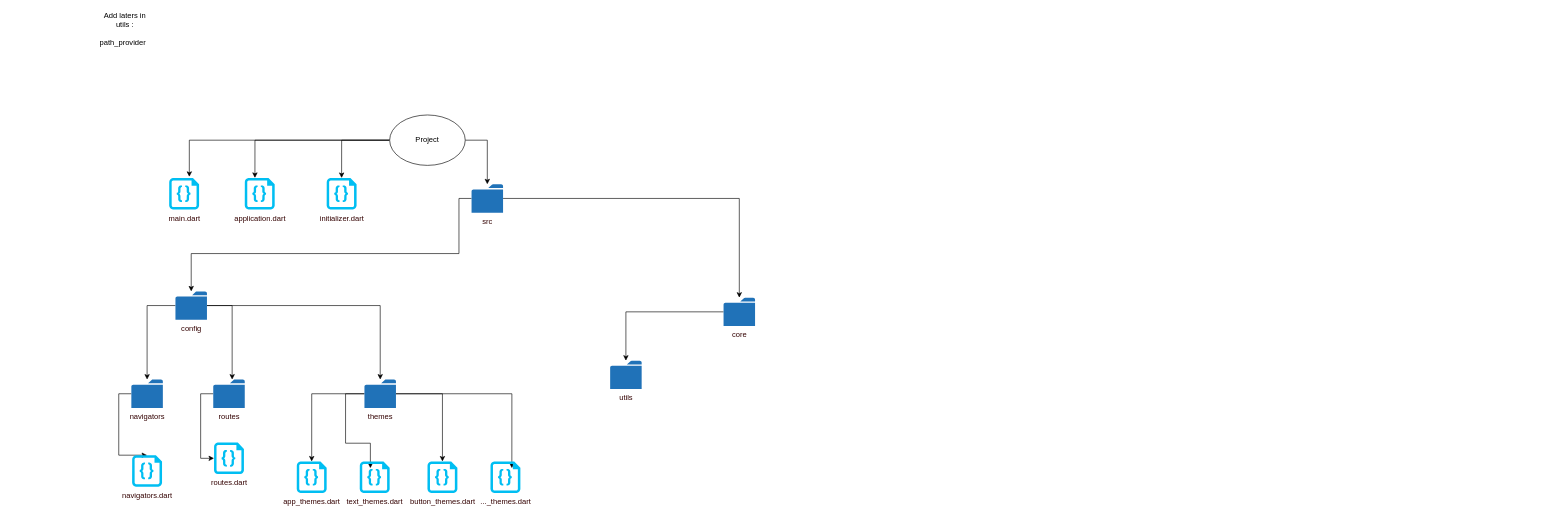
Earlier version of the draw.io diagram page "Page-1" (1 of 3) of md_architecture.drawio (mdpe-ir/md_architecture). Source tidied: cells renumbered, new cells numbered last; positions are measured from the earlier drawing's top-left corner, leaving out a move shared by most shapes. Both pictures are drawn from the tidied source at 63%, with x=0, y=0 at pixel (106, 33).
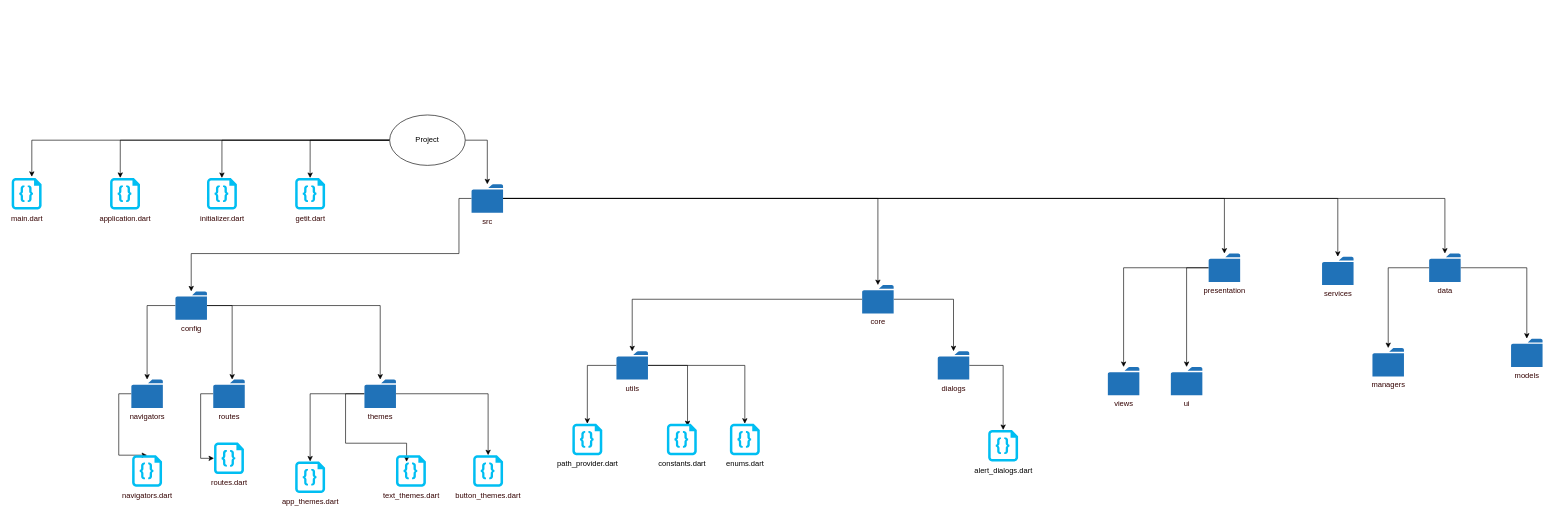
After the change.

The change refers to these unchanged cells:
```xml
<mxCell id="6" value="Project" style="ellipse;whiteSpace=wrap;html=1;" parent="1" vertex="1">
  <mxGeometry x="450" y="130" width="120" height="80" as="geometry" />
</mxCell>
<mxCell id="12" value="src" style="sketch=0;shadow=0;dashed=0;html=1;strokeColor=none;labelPosition=center;verticalLabelPosition=bottom;verticalAlign=top;outlineConnect=0;align=center;shape=mxgraph.office.concepts.folder;fillColor=#2072B8;fontColor=#330000;" parent="1" vertex="1">
  <mxGeometry x="580" y="240" width="50" height="45" as="geometry" />
</mxCell>
<mxCell id="25" value="themes" style="sketch=0;shadow=0;dashed=0;html=1;strokeColor=none;labelPosition=center;verticalLabelPosition=bottom;verticalAlign=top;outlineConnect=0;align=center;shape=mxgraph.office.concepts.folder;fillColor=#2072B8;fontColor=#330000;" parent="1" vertex="1">
  <mxGeometry x="410" y="550" width="50" height="45" as="geometry" />
</mxCell>
```

Diff of the diagram source:
```diff
@@
+    <mxCell id="36" style="edgeStyle=orthogonalEdgeStyle;rounded=0;jettySize=auto;html=1;entryX=0.5;entryY=0;entryDx=0;entryDy=0;entryPerimeter=0;" parent="1" edge="1" source="6" target="44">
+      <mxGeometry relative="1" as="geometry" />
+    </mxCell>
@@
     <mxCell id="7" value="&lt;div&gt;application.dart&lt;/div&gt;&lt;div&gt;&lt;br&gt;&lt;/div&gt;" style="verticalLabelPosition=bottom;html=1;verticalAlign=top;align=center;strokeColor=none;fillColor=#00BEF2;shape=mxgraph.azure.code_file;fontColor=#330000;" parent="1" vertex="1">
-      <mxGeometry x="220" y="230" width="47.5" height="50" as="geometry" />
+      <mxGeometry x="6.2" y="230" width="47.5" height="50" as="geometry" />
     </mxCell>
     <mxCell id="8" value="main.dart" style="verticalLabelPosition=bottom;html=1;verticalAlign=top;align=center;strokeColor=none;fillColor=#00BEF2;shape=mxgraph.azure.code_file;fontColor=#330000;" parent="1" vertex="1">
-      <mxGeometry x="100" y="230" width="47.5" height="50" as="geometry" />
+      <mxGeometry x="-150" y="230" width="47.5" height="50" as="geometry" />
     </mxCell>
     <mxCell id="9" value="initializer.dart" style="verticalLabelPosition=bottom;html=1;verticalAlign=top;align=center;strokeColor=none;fillColor=#00BEF2;shape=mxgraph.azure.code_file;fontColor=#330000;" parent="1" vertex="1">
-      <mxGeometry x="350" y="230" width="47.5" height="50" as="geometry" />
+      <mxGeometry x="160" y="230" width="47.5" height="50" as="geometry" />
     </mxCell>
@@
+    <mxCell id="37" style="edgeStyle=orthogonalEdgeStyle;rounded=0;jettySize=auto;html=1;" parent="1" edge="1" source="12" target="53">
+      <mxGeometry relative="1" as="geometry" />
+    </mxCell>
+    <mxCell id="38" style="edgeStyle=orthogonalEdgeStyle;rounded=0;jettySize=auto;html=1;" parent="1" edge="1" source="12" target="56">
+      <mxGeometry relative="1" as="geometry" />
+    </mxCell>
+    <mxCell id="39" style="edgeStyle=orthogonalEdgeStyle;rounded=0;jettySize=auto;html=1;" parent="1" edge="1" source="12" target="59">
+      <mxGeometry relative="1" as="geometry" />
+    </mxCell>
@@
-    <mxCell id="24" style="edgeStyle=orthogonalEdgeStyle;rounded=0;jettySize=auto;html=1;entryX=0.715;entryY=0.211;entryDx=0;entryDy=0;entryPerimeter=0;" parent="1" edge="1" source="25" target="31">
-      <mxGeometry relative="1" as="geometry" />
-    </mxCell>
@@
     <mxCell id="28" value="text_themes.dart" style="verticalLabelPosition=bottom;html=1;verticalAlign=top;align=center;strokeColor=none;fillColor=#00BEF2;shape=mxgraph.azure.code_file;fontColor=#330000;" parent="1" vertex="1">
-      <mxGeometry x="402.5" y="680" width="47.5" height="50" as="geometry" />
+      <mxGeometry x="460" y="670" width="47.5" height="50" as="geometry" />
     </mxCell>
     <mxCell id="29" value="app_themes.dart" style="verticalLabelPosition=bottom;html=1;verticalAlign=top;align=center;strokeColor=none;fillColor=#00BEF2;shape=mxgraph.azure.code_file;fontColor=#330000;" parent="1" vertex="1">
-      <mxGeometry x="302.5" y="680" width="47.5" height="50" as="geometry" />
+      <mxGeometry x="300" y="680" width="47.5" height="50" as="geometry" />
     </mxCell>
     <mxCell id="30" value="button_themes.dart" style="verticalLabelPosition=bottom;html=1;verticalAlign=top;align=center;strokeColor=none;fillColor=#00BEF2;shape=mxgraph.azure.code_file;fontColor=#330000;" parent="1" vertex="1">
-      <mxGeometry x="510" y="680" width="47.5" height="50" as="geometry" />
+      <mxGeometry x="582.5" y="670" width="47.5" height="50" as="geometry" />
     </mxCell>
-    <mxCell id="31" value="..._themes.dart" style="verticalLabelPosition=bottom;html=1;verticalAlign=top;align=center;strokeColor=none;fillColor=#00BEF2;shape=mxgraph.azure.code_file;fontColor=#330000;" parent="1" vertex="1">
-      <mxGeometry x="610" y="680" width="47.5" height="50" as="geometry" />
-    </mxCell>
@@
+    <mxCell id="40" style="edgeStyle=orthogonalEdgeStyle;rounded=0;jettySize=auto;html=1;" parent="1" edge="1" source="33" target="49">
+      <mxGeometry relative="1" as="geometry" />
+    </mxCell>
     <mxCell id="33" value="core" style="sketch=0;shadow=0;dashed=0;html=1;strokeColor=none;labelPosition=center;verticalLabelPosition=bottom;verticalAlign=top;outlineConnect=0;align=center;shape=mxgraph.office.concepts.folder;fillColor=#2072B8;fontColor=#330000;" parent="1" vertex="1">
-      <mxGeometry x="980" y="420" width="50" height="45" as="geometry" />
+      <mxGeometry x="1200" y="400" width="50" height="45" as="geometry" />
     </mxCell>
-    <mxCell id="34" value="Add laters in utils :&lt;br&gt;&lt;br&gt;path_provider&amp;nbsp;&amp;nbsp;&lt;br&gt;&lt;br&gt;&lt;br&gt;&lt;br&gt;" style="text;html=1;strokeColor=none;fillColor=none;align=center;verticalAlign=middle;whiteSpace=wrap;rounded=0;" parent="1" vertex="1">
-      <mxGeometry width="60" height="30" as="geometry" />
-    </mxCell>
+    <mxCell id="41" style="edgeStyle=orthogonalEdgeStyle;rounded=0;jettySize=auto;html=1;entryX=0.5;entryY=0;entryDx=0;entryDy=0;entryPerimeter=0;" parent="1" edge="1" source="35" target="45">
+      <mxGeometry relative="1" as="geometry" />
+    </mxCell>
+    <mxCell id="42" style="edgeStyle=orthogonalEdgeStyle;rounded=0;jettySize=auto;html=1;entryX=0.691;entryY=0.077;entryDx=0;entryDy=0;entryPerimeter=0;" parent="1" edge="1" source="35" target="46">
+      <mxGeometry relative="1" as="geometry" />
+    </mxCell>
+    <mxCell id="43" style="edgeStyle=orthogonalEdgeStyle;rounded=0;jettySize=auto;html=1;entryX=0.5;entryY=0;entryDx=0;entryDy=0;entryPerimeter=0;" parent="1" edge="1" source="35" target="47">
+      <mxGeometry relative="1" as="geometry" />
+    </mxCell>
     <mxCell id="35" value="utils&lt;br&gt;" style="sketch=0;shadow=0;dashed=0;html=1;strokeColor=none;labelPosition=center;verticalLabelPosition=bottom;verticalAlign=top;outlineConnect=0;align=center;shape=mxgraph.office.concepts.folder;fillColor=#2072B8;fontColor=#330000;" parent="1" vertex="1">
-      <mxGeometry x="800" y="520" width="50" height="45" as="geometry" />
+      <mxGeometry x="810" y="505" width="50" height="45" as="geometry" />
     </mxCell>
+    <mxCell id="44" value="getit.dart" style="verticalLabelPosition=bottom;html=1;verticalAlign=top;align=center;strokeColor=none;fillColor=#00BEF2;shape=mxgraph.azure.code_file;fontColor=#330000;" parent="1" vertex="1">
+      <mxGeometry x="300" y="230" width="47.5" height="50" as="geometry" />
+    </mxCell>
+    <mxCell id="45" value="&lt;span style=&quot;color: rgb(0, 0, 0);&quot;&gt;path_provider.dart&lt;/span&gt;" style="verticalLabelPosition=bottom;html=1;verticalAlign=top;align=center;strokeColor=none;fillColor=#00BEF2;shape=mxgraph.azure.code_file;fontColor=#330000;" parent="1" vertex="1">
+      <mxGeometry x="740" y="620" width="47.5" height="50" as="geometry" />
+    </mxCell>
+    <mxCell id="46" value="&lt;font color=&quot;#000000&quot;&gt;constants.dart&lt;/font&gt;" style="verticalLabelPosition=bottom;html=1;verticalAlign=top;align=center;strokeColor=none;fillColor=#00BEF2;shape=mxgraph.azure.code_file;fontColor=#330000;" parent="1" vertex="1">
+      <mxGeometry x="890" y="620" width="47.5" height="50" as="geometry" />
+    </mxCell>
+    <mxCell id="47" value="&lt;font color=&quot;#000000&quot;&gt;enums.dart&lt;/font&gt;" style="verticalLabelPosition=bottom;html=1;verticalAlign=top;align=center;strokeColor=none;fillColor=#00BEF2;shape=mxgraph.azure.code_file;fontColor=#330000;" parent="1" vertex="1">
+      <mxGeometry x="990" y="620" width="47.5" height="50" as="geometry" />
+    </mxCell>
+    <mxCell id="48" style="edgeStyle=orthogonalEdgeStyle;rounded=0;jettySize=auto;html=1;" parent="1" edge="1" source="49" target="50">
+      <mxGeometry relative="1" as="geometry" />
+    </mxCell>
+    <mxCell id="49" value="dialogs" style="sketch=0;shadow=0;dashed=0;html=1;strokeColor=none;labelPosition=center;verticalLabelPosition=bottom;verticalAlign=top;outlineConnect=0;align=center;shape=mxgraph.office.concepts.folder;fillColor=#2072B8;fontColor=#330000;" parent="1" vertex="1">
+      <mxGeometry x="1320" y="505" width="50" height="45" as="geometry" />
+    </mxCell>
+    <mxCell id="50" value="&lt;font color=&quot;#000000&quot;&gt;alert_dialogs.dart&lt;/font&gt;" style="verticalLabelPosition=bottom;html=1;verticalAlign=top;align=center;strokeColor=none;fillColor=#00BEF2;shape=mxgraph.azure.code_file;fontColor=#330000;" parent="1" vertex="1">
+      <mxGeometry x="1400" y="630" width="47.5" height="50" as="geometry" />
+    </mxCell>
+    <mxCell id="51" style="edgeStyle=orthogonalEdgeStyle;rounded=0;jettySize=auto;html=1;" parent="1" edge="1" source="53" target="54">
+      <mxGeometry relative="1" as="geometry" />
+    </mxCell>
+    <mxCell id="52" style="edgeStyle=orthogonalEdgeStyle;rounded=0;jettySize=auto;html=1;" parent="1" edge="1" source="53" target="55">
+      <mxGeometry relative="1" as="geometry" />
+    </mxCell>
+    <mxCell id="53" value="presentation" style="sketch=0;shadow=0;dashed=0;html=1;strokeColor=none;labelPosition=center;verticalLabelPosition=bottom;verticalAlign=top;outlineConnect=0;align=center;shape=mxgraph.office.concepts.folder;fillColor=#2072B8;fontColor=#330000;" parent="1" vertex="1">
+      <mxGeometry x="1750" y="350" width="50" height="45" as="geometry" />
+    </mxCell>
+    <mxCell id="54" value="views" style="sketch=0;shadow=0;dashed=0;html=1;strokeColor=none;labelPosition=center;verticalLabelPosition=bottom;verticalAlign=top;outlineConnect=0;align=center;shape=mxgraph.office.concepts.folder;fillColor=#2072B8;fontColor=#330000;" parent="1" vertex="1">
+      <mxGeometry x="1590" y="530" width="50" height="45" as="geometry" />
+    </mxCell>
+    <mxCell id="55" value="ui" style="sketch=0;shadow=0;dashed=0;html=1;strokeColor=none;labelPosition=center;verticalLabelPosition=bottom;verticalAlign=top;outlineConnect=0;align=center;shape=mxgraph.office.concepts.folder;fillColor=#2072B8;fontColor=#330000;" parent="1" vertex="1">
+      <mxGeometry x="1690" y="530" width="50" height="45" as="geometry" />
+    </mxCell>
+    <mxCell id="56" value="services" style="sketch=0;shadow=0;dashed=0;html=1;strokeColor=none;labelPosition=center;verticalLabelPosition=bottom;verticalAlign=top;outlineConnect=0;align=center;shape=mxgraph.office.concepts.folder;fillColor=#2072B8;fontColor=#330000;" parent="1" vertex="1">
+      <mxGeometry x="1930" y="355" width="50" height="45" as="geometry" />
+    </mxCell>
+    <mxCell id="57" style="edgeStyle=orthogonalEdgeStyle;rounded=0;jettySize=auto;html=1;" parent="1" edge="1" source="59" target="61">
+      <mxGeometry relative="1" as="geometry" />
+    </mxCell>
+    <mxCell id="58" style="edgeStyle=orthogonalEdgeStyle;rounded=0;jettySize=auto;html=1;" parent="1" edge="1" source="59" target="60">
+      <mxGeometry relative="1" as="geometry" />
+    </mxCell>
+    <mxCell id="59" value="data" style="sketch=0;shadow=0;dashed=0;html=1;strokeColor=none;labelPosition=center;verticalLabelPosition=bottom;verticalAlign=top;outlineConnect=0;align=center;shape=mxgraph.office.concepts.folder;fillColor=#2072B8;fontColor=#330000;" parent="1" vertex="1">
+      <mxGeometry x="2100" y="350" width="50" height="45" as="geometry" />
+    </mxCell>
+    <mxCell id="60" value="managers" style="sketch=0;shadow=0;dashed=0;html=1;strokeColor=none;labelPosition=center;verticalLabelPosition=bottom;verticalAlign=top;outlineConnect=0;align=center;shape=mxgraph.office.concepts.folder;fillColor=#2072B8;fontColor=#330000;" parent="1" vertex="1">
+      <mxGeometry x="2010" y="500" width="50" height="45" as="geometry" />
+    </mxCell>
+    <mxCell id="61" value="models" style="sketch=0;shadow=0;dashed=0;html=1;strokeColor=none;labelPosition=center;verticalLabelPosition=bottom;verticalAlign=top;outlineConnect=0;align=center;shape=mxgraph.office.concepts.folder;fillColor=#2072B8;fontColor=#330000;" parent="1" vertex="1">
+      <mxGeometry x="2230" y="485" width="50" height="45" as="geometry" />
+    </mxCell>
```
